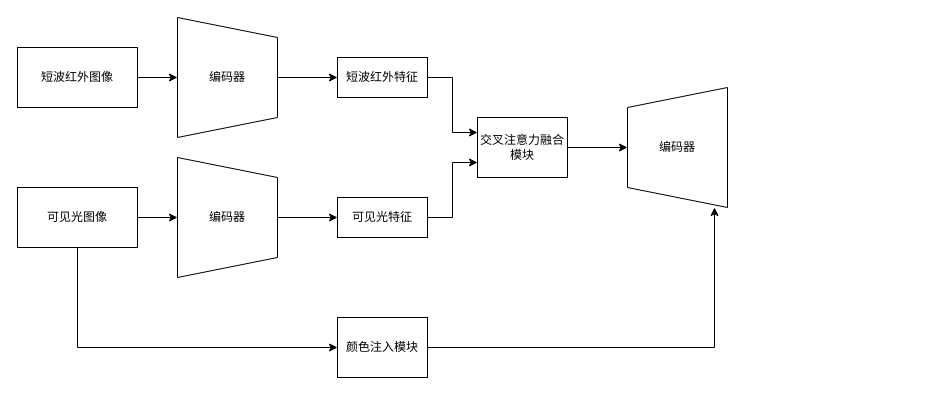
Before: 融合网络.drawio in moxuam/-, a draw.io diagram. Source tidied: cells renumbered, new cells numbered last; positions are measured from the earlier drawing's top-left corner, leaving out a move shared by most shapes. Both pictures are drawn from the tidied source at 100%, with x=0, y=0 at pixel (17, 17).
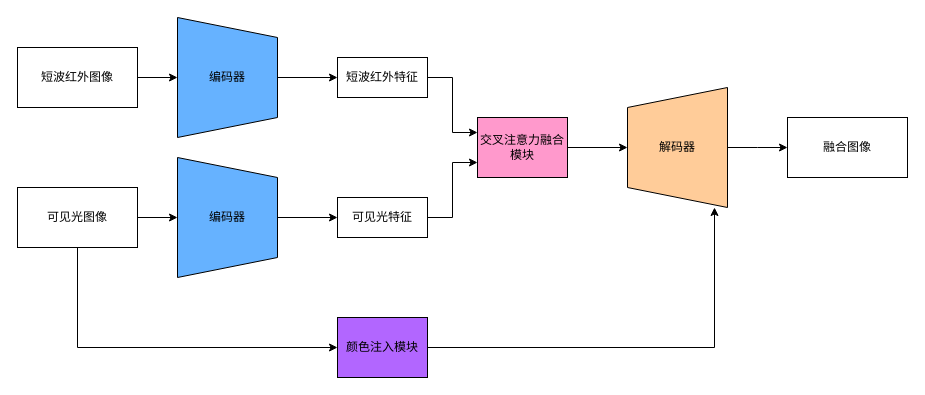
Above is the later version.

Commit message (it also covers changes not shown here):
更新融合网络.drawio

Change to the diagram source:
```diff
@@
-    <mxCell id="3" value="编码器" style="shape=trapezoid;perimeter=trapezoidPerimeter;whiteSpace=wrap;html=1;fixedSize=1;direction=south;" parent="1" vertex="1">
+    <mxCell id="3" value="编码器" style="shape=trapezoid;perimeter=trapezoidPerimeter;whiteSpace=wrap;html=1;fixedSize=1;direction=south;fillColor=#66B2FF;" parent="1" vertex="1">
       <mxGeometry x="160" width="100" height="120" as="geometry" />
     </mxCell>
@@
-    <mxCell id="5" value="编码器" style="shape=trapezoid;perimeter=trapezoidPerimeter;whiteSpace=wrap;html=1;fixedSize=1;direction=south;" parent="1" vertex="1">
+    <mxCell id="5" value="编码器" style="shape=trapezoid;perimeter=trapezoidPerimeter;whiteSpace=wrap;html=1;fixedSize=1;direction=south;fillColor=#66B2FF;" parent="1" vertex="1">
       <mxGeometry x="160" y="140" width="100" height="120" as="geometry" />
     </mxCell>
@@
-    <mxCell id="11" value="交叉注意力融合模块" style="rounded=0;whiteSpace=wrap;html=1;" parent="1" vertex="1">
+    <mxCell id="11" value="交叉注意力融合模块" style="rounded=0;whiteSpace=wrap;html=1;fillColor=#FF99CC;" parent="1" vertex="1">
       <mxGeometry x="460" y="100" width="90" height="60" as="geometry" />
     </mxCell>
+    <mxCell id="20" style="edgeStyle=orthogonalEdgeStyle;rounded=0;jettySize=auto;html=1;" parent="1" edge="1" source="12">
+      <mxGeometry relative="1" as="geometry">
+        <mxPoint x="770" y="130" as="targetPoint" />
+      </mxGeometry>
+    </mxCell>
-    <mxCell id="12" value="编码器" style="shape=trapezoid;perimeter=trapezoidPerimeter;whiteSpace=wrap;html=1;fixedSize=1;direction=south;flipH=1;" parent="1" vertex="1">
+    <mxCell id="12" value="解码器" style="shape=trapezoid;perimeter=trapezoidPerimeter;whiteSpace=wrap;html=1;fixedSize=1;direction=south;flipH=1;fillColor=#FFCC99;" parent="1" vertex="1">
       <mxGeometry x="610" y="70" width="100" height="120" as="geometry" />
     </mxCell>
@@
-    <mxCell id="18" value="颜色注入模块" style="rounded=0;whiteSpace=wrap;html=1;" parent="1" vertex="1">
+    <mxCell id="18" value="颜色注入模块" style="rounded=0;whiteSpace=wrap;html=1;fillColor=#B266FF;" parent="1" vertex="1">
       <mxGeometry x="320" y="300" width="90" height="60" as="geometry" />
     </mxCell>
@@
+    <mxCell id="21" value="融合图像" style="rounded=0;whiteSpace=wrap;html=1;" parent="1" vertex="1">
+      <mxGeometry x="770" y="100" width="120" height="60" as="geometry" />
+    </mxCell>
```
